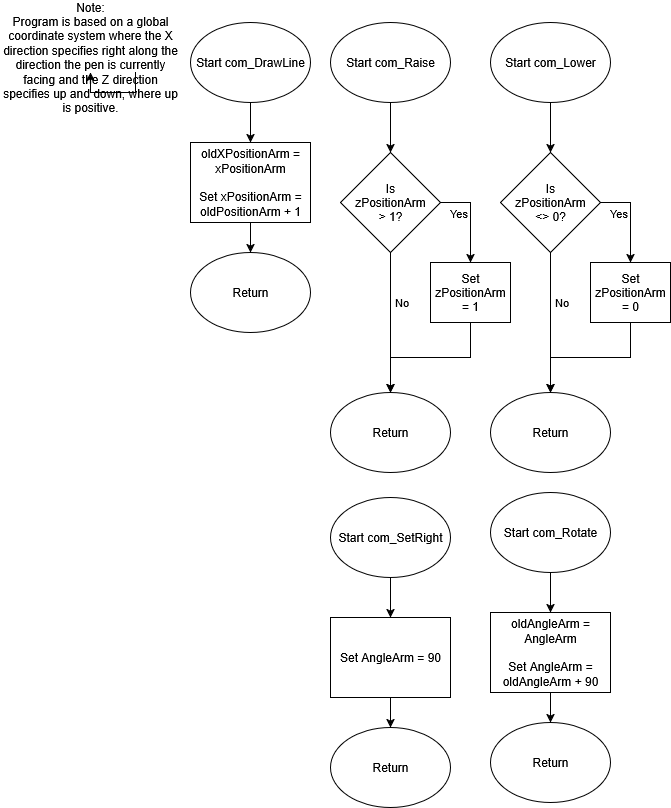
CBowles10/SDEV_120_FALL2025_CBOWLES keeps this draw.io diagram as Module 5 - Knowledge Check - Connor Bowles.drawio.png. Above is the earlier version. Source tidied: cells renumbered, new cells last; positions are measured from the earlier drawing's top-left corner, leaving out a move shared by most shapes.
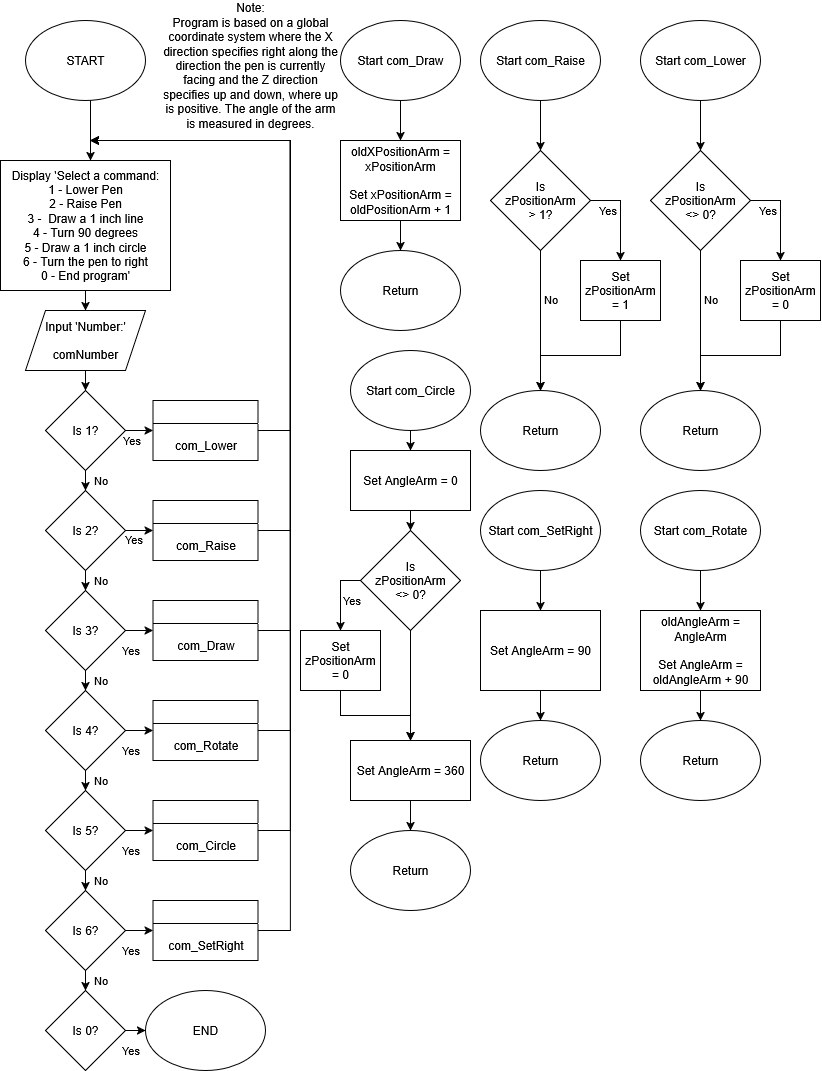
After the commit.

Change to the diagram source:
```diff
@@ -77,7 +77,7 @@
     <mxCell id="22" style="edgeStyle=orthogonalEdgeStyle;rounded=0;jettySize=auto;html=1;" parent="1" edge="1" source="23" target="26">
       <mxGeometry relative="1" as="geometry" />
     </mxCell>
-    <mxCell id="23" value="Start com_DrawLine" style="ellipse;whiteSpace=wrap;html=1;" parent="1" vertex="1">
+    <mxCell id="23" value="Start com_Draw" style="ellipse;whiteSpace=wrap;html=1;" parent="1" vertex="1">
       <mxGeometry x="190" width="120" height="80" as="geometry" />
     </mxCell>
     <mxCell id="24" value="Return" style="ellipse;whiteSpace=wrap;html=1;" parent="1" vertex="1">
@@ -89,8 +89,8 @@
     <mxCell id="26" value="oldXPositionArm = xPositionArm&lt;br&gt;&lt;br&gt;Set xPositionArm = oldPositionArm + 1" style="rounded=0;whiteSpace=wrap;html=1;" parent="1" vertex="1">
       <mxGeometry x="190" y="120" width="120" height="80" as="geometry" />
     </mxCell>
-    <mxCell id="27" value="&lt;div&gt;Note:&lt;/div&gt;&lt;div&gt;Program is based on a global coordinate system where the X direction specifies right along the direction the pen is currently facing and the Z direction specifies up and down, where up is positive.&lt;/div&gt;" style="text;html=1;align=center;verticalAlign=middle;whiteSpace=wrap;rounded=0;" parent="1" vertex="1">
-      <mxGeometry y="20" width="180" height="30" as="geometry" />
+    <mxCell id="27" value="&lt;div&gt;Note:&lt;/div&gt;&lt;div&gt;Program is based on a global coordinate system where the X direction specifies right along the direction the pen is currently facing and the Z direction specifies up and down, where up is positive. The angle of the arm is measured in degrees.&lt;/div&gt;" style="text;html=1;align=center;verticalAlign=middle;whiteSpace=wrap;rounded=0;" parent="1" vertex="1">
+      <mxGeometry x="10" y="30" width="180" height="30" as="geometry" />
     </mxCell>
     <mxCell id="28" style="edgeStyle=orthogonalEdgeStyle;rounded=0;jettySize=auto;html=1;" parent="1" edge="1" source="29" target="32">
       <mxGeometry relative="1" as="geometry" />
@@ -111,19 +111,282 @@
       <mxGeometry relative="1" as="geometry" />
     </mxCell>
     <mxCell id="34" value="Start com_SetRight" style="ellipse;whiteSpace=wrap;html=1;" parent="1" vertex="1">
-      <mxGeometry x="330" y="475" width="120" height="80" as="geometry" />
+      <mxGeometry x="330" y="470" width="120" height="80" as="geometry" />
     </mxCell>
     <mxCell id="35" value="Return" style="ellipse;whiteSpace=wrap;html=1;" parent="1" vertex="1">
-      <mxGeometry x="330" y="705" width="120" height="80" as="geometry" />
+      <mxGeometry x="330" y="700" width="120" height="80" as="geometry" />
     </mxCell>
     <mxCell id="36" style="edgeStyle=orthogonalEdgeStyle;rounded=0;jettySize=auto;html=1;" parent="1" edge="1" source="37" target="35">
       <mxGeometry relative="1" as="geometry" />
     </mxCell>
     <mxCell id="37" value="Set AngleArm = 90" style="rounded=0;whiteSpace=wrap;html=1;" parent="1" vertex="1">
-      <mxGeometry x="330" y="595" width="120" height="80" as="geometry" />
+      <mxGeometry x="330" y="590" width="120" height="80" as="geometry" />
     </mxCell>
-    <mxCell id="38" style="edgeStyle=orthogonalEdgeStyle;rounded=0;orthogonalLoop=1;jettySize=auto;html=1;exitX=0.75;exitY=1;exitDx=0;exitDy=0;" parent="1" edge="1" source="27" target="27">
-      <mxGeometry relative="1" as="geometry" />
-    </mxCell>
+    <mxCell id="39" style="edgeStyle=orthogonalEdgeStyle;rounded=0;jettySize=auto;html=1;" parent="1" edge="1" source="40" target="49">
+      <mxGeometry relative="1" as="geometry" />
+    </mxCell>
+    <mxCell id="40" value="Start com_Circle" style="ellipse;whiteSpace=wrap;html=1;" parent="1" vertex="1">
+      <mxGeometry x="200" y="330" width="120" height="80" as="geometry" />
+    </mxCell>
+    <mxCell id="41" style="edgeStyle=orthogonalEdgeStyle;rounded=0;jettySize=auto;html=1;exitX=0;exitY=0.5;exitDx=0;exitDy=0;entryX=0.5;entryY=0;entryDx=0;entryDy=0;" parent="1" edge="1" source="44" target="47">
+      <mxGeometry relative="1" as="geometry">
+        <Array as="points">
+          <mxPoint x="190" y="560" />
+        </Array>
+      </mxGeometry>
+    </mxCell>
+    <mxCell id="42" value="Yes" style="edgeLabel;html=1;align=center;verticalAlign=middle;" parent="41" vertex="1">
+      <mxGeometry x="-0.63" relative="1" as="geometry">
+        <mxPoint x="3" y="20" as="offset" />
+      </mxGeometry>
+    </mxCell>
+    <mxCell id="43" style="edgeStyle=orthogonalEdgeStyle;rounded=0;jettySize=auto;html=1;exitX=0.5;exitY=1;exitDx=0;exitDy=0;entryX=0.5;entryY=0;entryDx=0;entryDy=0;" parent="1" edge="1" source="44" target="51">
+      <mxGeometry relative="1" as="geometry" />
+    </mxCell>
+    <mxCell id="44" value="Is&lt;br&gt;zPositionArm&lt;br&gt;&amp;lt;&amp;gt; 0?" style="rhombus;whiteSpace=wrap;html=1;" parent="1" vertex="1">
+      <mxGeometry x="210" y="510" width="100" height="100" as="geometry" />
+    </mxCell>
+    <mxCell id="45" value="Return" style="ellipse;whiteSpace=wrap;html=1;" parent="1" vertex="1">
+      <mxGeometry x="200" y="810" width="120" height="80" as="geometry" />
+    </mxCell>
+    <mxCell id="46" style="edgeStyle=orthogonalEdgeStyle;rounded=0;jettySize=auto;html=1;exitX=0.5;exitY=1;exitDx=0;exitDy=0;entryX=0.5;entryY=0;entryDx=0;entryDy=0;" parent="1" edge="1" source="47" target="51">
+      <mxGeometry relative="1" as="geometry" />
+    </mxCell>
+    <mxCell id="47" value="Set&lt;br&gt;zPositionArm&lt;br&gt;= 0" style="rounded=0;whiteSpace=wrap;html=1;" parent="1" vertex="1">
+      <mxGeometry x="150" y="610" width="80" height="60" as="geometry" />
+    </mxCell>
+    <mxCell id="48" style="edgeStyle=orthogonalEdgeStyle;rounded=0;jettySize=auto;html=1;" parent="1" edge="1" source="49" target="44">
+      <mxGeometry relative="1" as="geometry" />
+    </mxCell>
+    <mxCell id="49" value="Set AngleArm = 0" style="rounded=0;whiteSpace=wrap;html=1;" parent="1" vertex="1">
+      <mxGeometry x="200" y="430" width="120" height="60" as="geometry" />
+    </mxCell>
+    <mxCell id="50" style="edgeStyle=orthogonalEdgeStyle;rounded=0;jettySize=auto;html=1;" parent="1" edge="1" source="51" target="45">
+      <mxGeometry relative="1" as="geometry" />
+    </mxCell>
+    <mxCell id="51" value="Set AngleArm = 360" style="rounded=0;whiteSpace=wrap;html=1;" parent="1" vertex="1">
+      <mxGeometry x="200" y="720" width="120" height="60" as="geometry" />
+    </mxCell>
+    <mxCell id="52" style="edgeStyle=orthogonalEdgeStyle;rounded=0;jettySize=auto;html=1;" parent="1" edge="1" source="53" target="55">
+      <mxGeometry relative="1" as="geometry">
+        <Array as="points">
+          <mxPoint x="-60" y="110" />
+          <mxPoint x="-60" y="110" />
+        </Array>
+      </mxGeometry>
+    </mxCell>
+    <mxCell id="53" value="START" style="ellipse;whiteSpace=wrap;html=1;" parent="1" vertex="1">
+      <mxGeometry x="-125" width="120" height="80" as="geometry" />
+    </mxCell>
+    <mxCell id="54" style="edgeStyle=orthogonalEdgeStyle;rounded=0;jettySize=auto;html=1;" parent="1" edge="1" source="55" target="57">
+      <mxGeometry relative="1" as="geometry" />
+    </mxCell>
+    <mxCell id="55" value="Display 'Select a command:&lt;div&gt;1 - Lower Pen&lt;br&gt;2 - Raise Pen&lt;br&gt;3 -&amp;nbsp; Draw a 1 inch line&lt;br&gt;4 - Turn 90 degrees&lt;br&gt;5 - Draw a 1 inch circle&lt;br&gt;6 - Turn the pen to right&lt;br&gt;0 - End program'&lt;/div&gt;" style="rounded=0;whiteSpace=wrap;html=1;" parent="1" vertex="1">
+      <mxGeometry x="-150" y="140" width="170" height="130" as="geometry" />
+    </mxCell>
+    <mxCell id="56" style="edgeStyle=orthogonalEdgeStyle;rounded=0;jettySize=auto;html=1;exitX=0.5;exitY=1;exitDx=0;exitDy=0;entryX=0.5;entryY=0;entryDx=0;entryDy=0;" parent="1" edge="1" source="57" target="62">
+      <mxGeometry relative="1" as="geometry" />
+    </mxCell>
+    <mxCell id="57" value="&lt;div&gt;Input 'Number:'&lt;/div&gt;&lt;div&gt;&lt;br&gt;&lt;/div&gt;&lt;div&gt;comNumber&lt;/div&gt;" style="shape=parallelogram;perimeter=parallelogramPerimeter;whiteSpace=wrap;html=1;fixedSize=1;" parent="1" vertex="1">
+      <mxGeometry x="-125" y="290" width="120" height="60" as="geometry" />
+    </mxCell>
+    <mxCell id="58" style="edgeStyle=orthogonalEdgeStyle;rounded=0;jettySize=auto;html=1;" parent="1" edge="1" source="62" target="65">
+      <mxGeometry relative="1" as="geometry" />
+    </mxCell>
+    <mxCell id="59" value="No" style="edgeLabel;html=1;align=center;verticalAlign=middle;" parent="58" vertex="1">
+      <mxGeometry x="0.69" relative="1" as="geometry">
+        <mxPoint x="15" y="-1" as="offset" />
+      </mxGeometry>
+    </mxCell>
+    <mxCell id="60" style="edgeStyle=orthogonalEdgeStyle;rounded=0;jettySize=auto;html=1;exitX=1;exitY=0.5;exitDx=0;exitDy=0;entryX=0;entryY=0.5;entryDx=0;entryDy=0;" parent="1" edge="1" source="62" target="88">
+      <mxGeometry relative="1" as="geometry" />
+    </mxCell>
+    <mxCell id="61" value="Yes" style="edgeLabel;html=1;align=center;verticalAlign=middle;" parent="60" vertex="1">
+      <mxGeometry x="-0.53" relative="1" as="geometry">
+        <mxPoint x="-1" y="10" as="offset" />
+      </mxGeometry>
+    </mxCell>
+    <mxCell id="62" value="Is 1?" style="rhombus;whiteSpace=wrap;html=1;" parent="1" vertex="1">
+      <mxGeometry x="-105" y="370" width="80" height="80" as="geometry" />
+    </mxCell>
+    <mxCell id="63" style="edgeStyle=orthogonalEdgeStyle;rounded=0;jettySize=auto;html=1;" parent="1" edge="1" source="65" target="68">
+      <mxGeometry relative="1" as="geometry" />
+    </mxCell>
+    <mxCell id="64" style="edgeStyle=orthogonalEdgeStyle;rounded=0;jettySize=auto;html=1;exitX=1;exitY=0.5;exitDx=0;exitDy=0;entryX=0;entryY=0.5;entryDx=0;entryDy=0;" parent="1" edge="1" source="65" target="85">
+      <mxGeometry relative="1" as="geometry" />
+    </mxCell>
+    <mxCell id="65" value="Is 2?" style="rhombus;whiteSpace=wrap;html=1;" parent="1" vertex="1">
+      <mxGeometry x="-105" y="470" width="80" height="80" as="geometry" />
+    </mxCell>
+    <mxCell id="66" style="edgeStyle=orthogonalEdgeStyle;rounded=0;jettySize=auto;html=1;" parent="1" edge="1" source="68" target="76">
+      <mxGeometry relative="1" as="geometry" />
+    </mxCell>
+    <mxCell id="67" style="edgeStyle=orthogonalEdgeStyle;rounded=0;jettySize=auto;html=1;exitX=1;exitY=0.5;exitDx=0;exitDy=0;entryX=0;entryY=0.5;entryDx=0;entryDy=0;" parent="1" edge="1" source="68" target="82">
+      <mxGeometry relative="1" as="geometry" />
+    </mxCell>
+    <mxCell id="68" value="Is 3?" style="rhombus;whiteSpace=wrap;html=1;" parent="1" vertex="1">
+      <mxGeometry x="-105" y="570" width="80" height="80" as="geometry" />
+    </mxCell>
+    <mxCell id="69" style="edgeStyle=orthogonalEdgeStyle;rounded=0;jettySize=auto;html=1;" parent="1" edge="1" source="71" target="79">
+      <mxGeometry relative="1" as="geometry" />
+    </mxCell>
+    <mxCell id="70" style="edgeStyle=orthogonalEdgeStyle;rounded=0;jettySize=auto;html=1;exitX=1;exitY=0.5;exitDx=0;exitDy=0;entryX=0;entryY=0.5;entryDx=0;entryDy=0;" parent="1" edge="1" source="71" target="94">
+      <mxGeometry relative="1" as="geometry" />
+    </mxCell>
+    <mxCell id="71" value="Is 5?" style="rhombus;whiteSpace=wrap;html=1;" parent="1" vertex="1">
+      <mxGeometry x="-105" y="770" width="80" height="80" as="geometry" />
+    </mxCell>
+    <mxCell id="72" style="edgeStyle=orthogonalEdgeStyle;rounded=0;jettySize=auto;html=1;" parent="1" edge="1" source="73" target="80">
+      <mxGeometry relative="1" as="geometry" />
+    </mxCell>
+    <mxCell id="73" value="Is 0?" style="rhombus;whiteSpace=wrap;html=1;" parent="1" vertex="1">
+      <mxGeometry x="-105" y="970" width="80" height="80" as="geometry" />
+    </mxCell>
+    <mxCell id="74" style="edgeStyle=orthogonalEdgeStyle;rounded=0;jettySize=auto;html=1;" parent="1" edge="1" source="76" target="71">
+      <mxGeometry relative="1" as="geometry" />
+    </mxCell>
+    <mxCell id="75" style="edgeStyle=orthogonalEdgeStyle;rounded=0;jettySize=auto;html=1;exitX=1;exitY=0.5;exitDx=0;exitDy=0;entryX=0;entryY=0.5;entryDx=0;entryDy=0;" parent="1" edge="1" source="76" target="91">
+      <mxGeometry relative="1" as="geometry" />
+    </mxCell>
+    <mxCell id="76" value="Is 4?" style="rhombus;whiteSpace=wrap;html=1;" parent="1" vertex="1">
+      <mxGeometry x="-105" y="670" width="80" height="80" as="geometry" />
+    </mxCell>
+    <mxCell id="77" style="edgeStyle=orthogonalEdgeStyle;rounded=0;jettySize=auto;html=1;" parent="1" edge="1" source="79" target="73">
+      <mxGeometry relative="1" as="geometry" />
+    </mxCell>
+    <mxCell id="78" style="edgeStyle=orthogonalEdgeStyle;rounded=0;jettySize=auto;html=1;exitX=1;exitY=0.5;exitDx=0;exitDy=0;entryX=0;entryY=0.5;entryDx=0;entryDy=0;" parent="1" edge="1" source="79" target="97">
+      <mxGeometry relative="1" as="geometry" />
+    </mxCell>
+    <mxCell id="79" value="Is 6?" style="rhombus;whiteSpace=wrap;html=1;" parent="1" vertex="1">
+      <mxGeometry x="-105" y="870" width="80" height="80" as="geometry" />
+    </mxCell>
+    <mxCell id="80" value="END" style="ellipse;whiteSpace=wrap;html=1;" parent="1" vertex="1">
+      <mxGeometry x="-5" y="970" width="120" height="80" as="geometry" />
+    </mxCell>
+    <mxCell id="81" style="edgeStyle=orthogonalEdgeStyle;rounded=0;jettySize=auto;html=1;exitX=1;exitY=0.5;exitDx=0;exitDy=0;" parent="1" edge="1" source="82">
+      <mxGeometry relative="1" as="geometry">
+        <mxPoint x="-60" y="120" as="targetPoint" />
+        <Array as="points">
+          <mxPoint x="140" y="610" />
+          <mxPoint x="140" y="120" />
+        </Array>
+      </mxGeometry>
+    </mxCell>
+    <mxCell id="82" style="swimlane;whiteSpace=wrap;html=1;" parent="1" vertex="1">
+      <mxGeometry x="2.5" y="580" width="105" height="60" as="geometry" />
+    </mxCell>
+    <mxCell id="83" value="com_Draw" style="text;html=1;align=center;verticalAlign=middle;strokeColor=none;fillColor=none;" parent="82" vertex="1">
+      <mxGeometry x="12.5" y="30" width="80" height="30" as="geometry" />
+    </mxCell>
+    <mxCell id="84" style="edgeStyle=orthogonalEdgeStyle;rounded=0;jettySize=auto;html=1;exitX=1;exitY=0.5;exitDx=0;exitDy=0;" parent="1" edge="1" source="85">
+      <mxGeometry relative="1" as="geometry">
+        <mxPoint x="-60" y="120" as="targetPoint" />
+        <Array as="points">
+          <mxPoint x="140" y="510" />
+          <mxPoint x="140" y="120" />
+        </Array>
+      </mxGeometry>
+    </mxCell>
+    <mxCell id="85" style="swimlane;whiteSpace=wrap;html=1;" parent="1" vertex="1">
+      <mxGeometry x="2.5" y="480" width="105" height="60" as="geometry" />
+    </mxCell>
+    <mxCell id="86" value="com_Raise" style="text;html=1;align=center;verticalAlign=middle;strokeColor=none;fillColor=none;" parent="85" vertex="1">
+      <mxGeometry x="12.5" y="30" width="80" height="30" as="geometry" />
+    </mxCell>
+    <mxCell id="87" style="edgeStyle=orthogonalEdgeStyle;rounded=0;jettySize=auto;html=1;exitX=1;exitY=0.5;exitDx=0;exitDy=0;" parent="1" edge="1" source="88">
+      <mxGeometry relative="1" as="geometry">
+        <mxPoint x="-60" y="120" as="targetPoint" />
+        <Array as="points">
+          <mxPoint x="140" y="410" />
+          <mxPoint x="140" y="120" />
+        </Array>
+      </mxGeometry>
+    </mxCell>
+    <mxCell id="88" style="swimlane;whiteSpace=wrap;html=1;" parent="1" vertex="1">
+      <mxGeometry x="2.5" y="380" width="105" height="60" as="geometry" />
+    </mxCell>
+    <mxCell id="89" value="com_Lower" style="text;html=1;align=center;verticalAlign=middle;strokeColor=none;fillColor=none;" parent="88" vertex="1">
+      <mxGeometry x="7.5" y="30" width="90" height="30" as="geometry" />
+    </mxCell>
+    <mxCell id="90" style="edgeStyle=orthogonalEdgeStyle;rounded=0;jettySize=auto;html=1;exitX=1;exitY=0.5;exitDx=0;exitDy=0;" parent="1" edge="1" source="91">
+      <mxGeometry relative="1" as="geometry">
+        <mxPoint x="-60" y="120" as="targetPoint" />
+        <Array as="points">
+          <mxPoint x="140" y="710" />
+          <mxPoint x="140" y="120" />
+        </Array>
+      </mxGeometry>
+    </mxCell>
+    <mxCell id="91" style="swimlane;whiteSpace=wrap;html=1;" parent="1" vertex="1">
+      <mxGeometry x="2.5" y="680" width="105" height="60" as="geometry" />
+    </mxCell>
+    <mxCell id="92" value="com_Rotate" style="text;html=1;align=center;verticalAlign=middle;strokeColor=none;fillColor=none;" parent="91" vertex="1">
+      <mxGeometry x="7.5" y="30" width="90" height="30" as="geometry" />
+    </mxCell>
+    <mxCell id="93" style="edgeStyle=orthogonalEdgeStyle;rounded=0;jettySize=auto;html=1;exitX=1;exitY=0.5;exitDx=0;exitDy=0;" parent="1" edge="1" source="94">
+      <mxGeometry relative="1" as="geometry">
+        <mxPoint x="-60" y="120" as="targetPoint" />
+        <Array as="points">
+          <mxPoint x="140" y="810" />
+          <mxPoint x="140" y="120" />
+        </Array>
+      </mxGeometry>
+    </mxCell>
+    <mxCell id="94" style="swimlane;whiteSpace=wrap;html=1;" parent="1" vertex="1">
+      <mxGeometry x="2.5" y="780" width="105" height="60" as="geometry" />
+    </mxCell>
+    <mxCell id="95" value="com_Circle" style="text;html=1;align=center;verticalAlign=middle;strokeColor=none;fillColor=none;" parent="94" vertex="1">
+      <mxGeometry x="12.5" y="30" width="80" height="30" as="geometry" />
+    </mxCell>
+    <mxCell id="96" style="edgeStyle=orthogonalEdgeStyle;rounded=0;jettySize=auto;html=1;exitX=1;exitY=0.5;exitDx=0;exitDy=0;" parent="1" edge="1" source="97">
+      <mxGeometry relative="1" as="geometry">
+        <mxPoint x="-60" y="120" as="targetPoint" />
+        <Array as="points">
+          <mxPoint x="140" y="910" />
+          <mxPoint x="140" y="120" />
+        </Array>
+      </mxGeometry>
+    </mxCell>
+    <mxCell id="97" style="swimlane;whiteSpace=wrap;html=1;" parent="1" vertex="1">
+      <mxGeometry x="2.5" y="880" width="105" height="60" as="geometry" />
+    </mxCell>
+    <mxCell id="98" value="com_SetRight" style="text;html=1;align=center;verticalAlign=middle;strokeColor=none;fillColor=none;" parent="97" vertex="1">
+      <mxGeometry x="2.5" y="30" width="100" height="30" as="geometry" />
+    </mxCell>
+    <mxCell id="99" value="No" style="edgeLabel;html=1;align=center;verticalAlign=middle;" parent="1" vertex="1">
+      <mxGeometry x="-50" y="560" as="geometry" />
+    </mxCell>
+    <mxCell id="100" value="No" style="edgeLabel;html=1;align=center;verticalAlign=middle;" parent="1" vertex="1">
+      <mxGeometry x="-50" y="660" as="geometry" />
+    </mxCell>
+    <mxCell id="101" value="No" style="edgeLabel;html=1;align=center;verticalAlign=middle;" parent="1" vertex="1">
+      <mxGeometry x="-50" y="760" as="geometry" />
+    </mxCell>
+    <mxCell id="102" value="No" style="edgeLabel;html=1;align=center;verticalAlign=middle;" parent="1" vertex="1">
+      <mxGeometry x="-50" y="860" as="geometry" />
+    </mxCell>
+    <mxCell id="103" value="No" style="edgeLabel;html=1;align=center;verticalAlign=middle;" parent="1" vertex="1">
+      <mxGeometry x="-50" y="960" as="geometry" />
+    </mxCell>
+    <mxCell id="104" value="Yes" style="edgeLabel;html=1;align=center;verticalAlign=middle;" parent="1" vertex="1">
+      <mxGeometry x="-20" y="520" as="geometry">
+        <mxPoint x="3" y="-1" as="offset" />
+      </mxGeometry>
+    </mxCell>
+    <mxCell id="105" value="Yes" style="edgeLabel;html=1;align=center;verticalAlign=middle;" parent="1" vertex="1">
+      <mxGeometry x="-20" y="630" as="geometry" />
+    </mxCell>
+    <mxCell id="106" value="Yes" style="edgeLabel;html=1;align=center;verticalAlign=middle;" parent="1" vertex="1">
+      <mxGeometry x="-20" y="730" as="geometry" />
+    </mxCell>
+    <mxCell id="107" value="Yes" style="edgeLabel;html=1;align=center;verticalAlign=middle;" parent="1" vertex="1">
+      <mxGeometry x="-20" y="830" as="geometry" />
+    </mxCell>
+    <mxCell id="108" value="Yes" style="edgeLabel;html=1;align=center;verticalAlign=middle;" parent="1" vertex="1">
+      <mxGeometry x="-20" y="930" as="geometry" />
+    </mxCell>
+    <mxCell id="109" value="Yes" style="edgeLabel;html=1;align=center;verticalAlign=middle;" parent="1" vertex="1">
+      <mxGeometry x="-20" y="1030" as="geometry" />
+    </mxCell>
   </root>
 </mxGraphModel>
```
